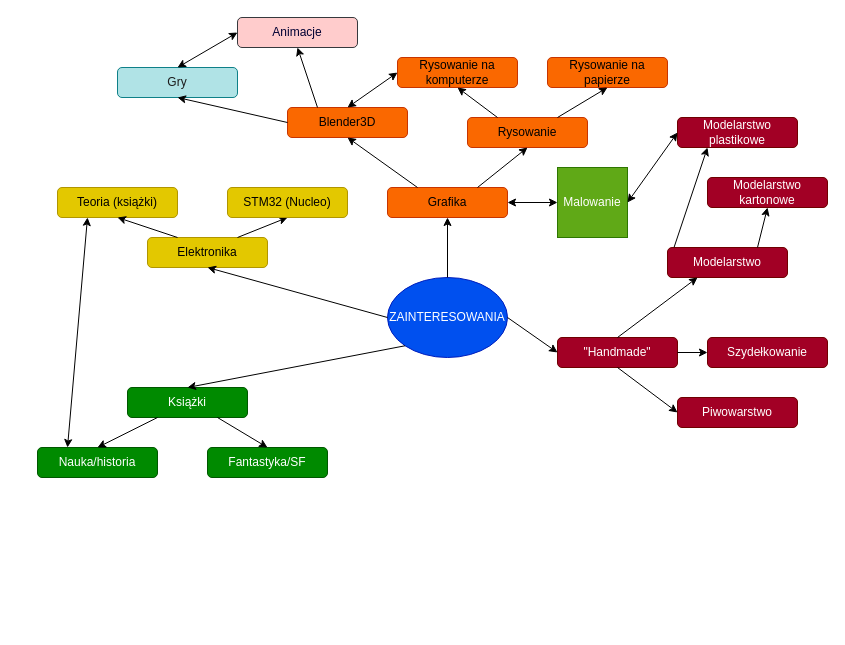
The draw.io diagram Diagram bez tytułu.drawio in Dexmo-7/myWarmingUp, before the edit. Source tidied: cells renumbered, new cells numbered last; positions are measured from the earlier drawing's top-left corner, leaving out a move shared by most shapes. Both pictures are drawn from the tidied source at 100%, with x=0, y=0 at pixel (37, 17).
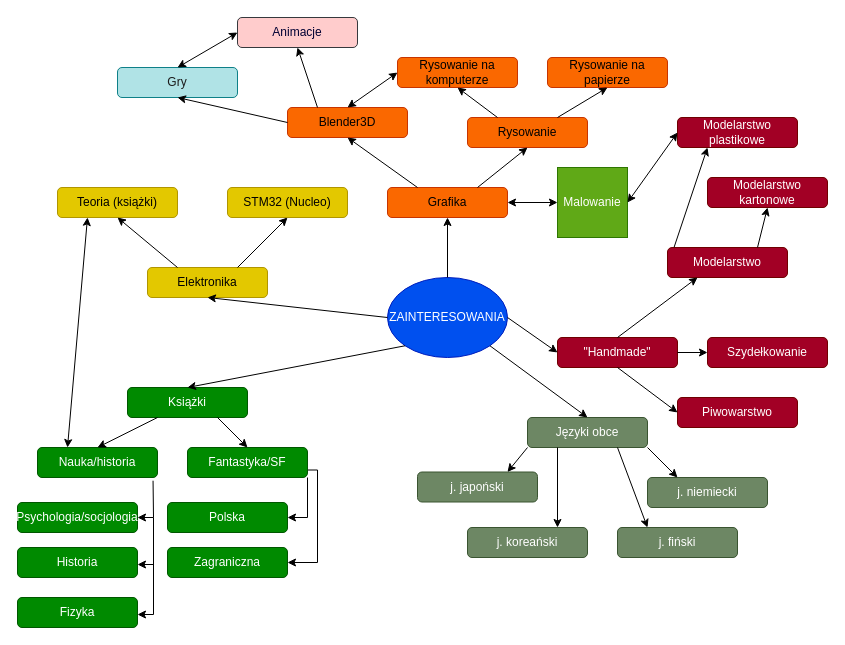
After the change.

The change refers to these unchanged cells:
```xml
<mxCell id="6" value="ZAINTERESOWANIA" style="ellipse;whiteSpace=wrap;html=1;fillColor=#0050ef;strokeColor=#001DBC;fontColor=#ffffff;" parent="1" vertex="1">
  <mxGeometry x="350" y="260" width="120" height="80" as="geometry" />
</mxCell>
<mxCell id="20" value="Nauka/historia" style="rounded=1;whiteSpace=wrap;html=1;fillColor=#008a00;fontColor=#ffffff;strokeColor=#005700;" parent="1" vertex="1">
  <mxGeometry y="430" width="120" height="30" as="geometry" />
</mxCell>
```

Diff of the diagram source:
```diff
@@
     <mxCell id="2" value="Elektronika" style="rounded=1;whiteSpace=wrap;html=1;fillColor=#e3c800;fontColor=#000000;strokeColor=#B09500;" parent="1" vertex="1">
-      <mxGeometry x="110" y="220" width="120" height="30" as="geometry" />
+      <mxGeometry x="110" y="250" width="120" height="30" as="geometry" />
     </mxCell>
@@
+    <mxCell id="47" style="edgeStyle=orthogonalEdgeStyle;rounded=0;jettySize=auto;html=1;entryX=1;entryY=0.5;entryDx=0;entryDy=0;exitX=1;exitY=1;exitDx=0;exitDy=0;" parent="1" edge="1" source="19" target="59">
+      <mxGeometry relative="1" as="geometry" />
+    </mxCell>
+    <mxCell id="48" style="edgeStyle=orthogonalEdgeStyle;rounded=0;jettySize=auto;html=1;entryX=1;entryY=0.5;entryDx=0;entryDy=0;exitX=1;exitY=0.75;exitDx=0;exitDy=0;" parent="1" edge="1" source="19" target="60">
+      <mxGeometry relative="1" as="geometry">
+        <Array as="points">
+          <mxPoint x="280" y="453" />
+          <mxPoint x="280" y="545" />
+        </Array>
+      </mxGeometry>
+    </mxCell>
     <mxCell id="19" value="Fantastyka/SF" style="rounded=1;whiteSpace=wrap;html=1;fillColor=#008a00;fontColor=#ffffff;strokeColor=#005700;" parent="1" vertex="1">
-      <mxGeometry x="170" y="430" width="120" height="30" as="geometry" />
+      <mxGeometry x="150" y="430" width="120" height="30" as="geometry" />
     </mxCell>
@@
+    <mxCell id="49" value="Języki obce" style="rounded=1;whiteSpace=wrap;html=1;fillColor=#6d8764;fontColor=#ffffff;strokeColor=#3A5431;" parent="1" vertex="1">
+      <mxGeometry x="490" y="400" width="120" height="30" as="geometry" />
+    </mxCell>
+    <mxCell id="50" style="endArrow=classic;html=1;rounded=0;entryX=0.5;entryY=0;entryDx=0;entryDy=0;exitX=1;exitY=1;exitDx=0;exitDy=0;" parent="1" edge="1" source="6" target="49">
+      <mxGeometry relative="1" as="geometry" />
+    </mxCell>
+    <mxCell id="51" value="j. japoński" style="rounded=1;whiteSpace=wrap;html=1;fillColor=#6d8764;fontColor=#ffffff;strokeColor=#3A5431;" parent="1" vertex="1">
+      <mxGeometry x="380" y="454.5" width="120" height="30" as="geometry" />
+    </mxCell>
+    <mxCell id="52" value="j. niemiecki" style="rounded=1;whiteSpace=wrap;html=1;fillColor=#6d8764;fontColor=#ffffff;strokeColor=#3A5431;" parent="1" vertex="1">
+      <mxGeometry x="610" y="460" width="120" height="30" as="geometry" />
+    </mxCell>
+    <mxCell id="53" value="j. koreański" style="rounded=1;whiteSpace=wrap;html=1;fillColor=#6d8764;fontColor=#ffffff;strokeColor=#3A5431;" parent="1" vertex="1">
+      <mxGeometry x="430" y="510" width="120" height="30" as="geometry" />
+    </mxCell>
+    <mxCell id="54" value="j. fiński" style="rounded=1;whiteSpace=wrap;html=1;fillColor=#6d8764;fontColor=#ffffff;strokeColor=#3A5431;" parent="1" vertex="1">
+      <mxGeometry x="580" y="510" width="120" height="30" as="geometry" />
+    </mxCell>
+    <mxCell id="55" style="endArrow=classic;html=1;rounded=0;entryX=0.75;entryY=0;entryDx=0;entryDy=0;exitX=0;exitY=1;exitDx=0;exitDy=0;" parent="1" edge="1" source="49" target="51">
+      <mxGeometry relative="1" as="geometry" />
+    </mxCell>
+    <mxCell id="56" style="endArrow=classic;html=1;rounded=0;entryX=0.75;entryY=0;entryDx=0;entryDy=0;exitX=0.25;exitY=1;exitDx=0;exitDy=0;" parent="1" edge="1" source="49" target="53">
+      <mxGeometry relative="1" as="geometry" />
+    </mxCell>
+    <mxCell id="57" style="endArrow=classic;html=1;rounded=0;entryX=0.25;entryY=0;entryDx=0;entryDy=0;exitX=0.75;exitY=1;exitDx=0;exitDy=0;" parent="1" edge="1" source="49" target="54">
+      <mxGeometry relative="1" as="geometry" />
+    </mxCell>
+    <mxCell id="58" style="endArrow=classic;html=1;rounded=0;entryX=0.25;entryY=0;entryDx=0;entryDy=0;exitX=1;exitY=1;exitDx=0;exitDy=0;" parent="1" edge="1" source="49" target="52">
+      <mxGeometry relative="1" as="geometry" />
+    </mxCell>
+    <mxCell id="59" value="Polska" style="rounded=1;whiteSpace=wrap;html=1;fillColor=#008a00;fontColor=#ffffff;strokeColor=#005700;" parent="1" vertex="1">
+      <mxGeometry x="130" y="485" width="120" height="30" as="geometry" />
+    </mxCell>
+    <mxCell id="60" value="Zagraniczna" style="rounded=1;whiteSpace=wrap;html=1;fillColor=#008a00;fontColor=#ffffff;strokeColor=#005700;" parent="1" vertex="1">
+      <mxGeometry x="130" y="530" width="120" height="30" as="geometry" />
+    </mxCell>
+    <mxCell id="61" value="Psychologia/socjologia" style="rounded=1;whiteSpace=wrap;html=1;fillColor=#008a00;fontColor=#ffffff;strokeColor=#005700;" parent="1" vertex="1">
+      <mxGeometry x="-20" y="485" width="120" height="30" as="geometry" />
+    </mxCell>
+    <mxCell id="62" value="Fizyka" style="rounded=1;whiteSpace=wrap;html=1;fillColor=#008a00;fontColor=#ffffff;strokeColor=#005700;" parent="1" vertex="1">
+      <mxGeometry x="-20" y="580" width="120" height="30" as="geometry" />
+    </mxCell>
+    <mxCell id="63" style="endArrow=classic;html=1;rounded=0;exitX=0.963;exitY=1.107;exitDx=0;exitDy=0;entryX=1;entryY=0.5;entryDx=0;entryDy=0;exitPerimeter=0;" parent="1" edge="1" source="20" target="61">
+      <mxGeometry relative="1" as="geometry">
+        <Array as="points">
+          <mxPoint x="116" y="500" />
+        </Array>
+      </mxGeometry>
+    </mxCell>
+    <mxCell id="64" style="endArrow=classic;html=1;rounded=0;" parent="1" edge="1">
+      <mxGeometry relative="1" as="geometry">
+        <mxPoint x="116" y="500" as="sourcePoint" />
+        <mxPoint x="100" y="547" as="targetPoint" />
+        <Array as="points">
+          <mxPoint x="116" y="547" />
+        </Array>
+      </mxGeometry>
+    </mxCell>
+    <mxCell id="65" style="endArrow=classic;html=1;rounded=0;" parent="1" edge="1">
+      <mxGeometry relative="1" as="geometry">
+        <mxPoint x="116" y="540" as="sourcePoint" />
+        <mxPoint x="100" y="597" as="targetPoint" />
+        <Array as="points">
+          <mxPoint x="116" y="597" />
+        </Array>
+      </mxGeometry>
+    </mxCell>
+    <mxCell id="66" value="Historia" style="rounded=1;whiteSpace=wrap;html=1;fillColor=#008a00;fontColor=#ffffff;strokeColor=#005700;" parent="1" vertex="1">
+      <mxGeometry x="-20" y="530" width="120" height="30" as="geometry" />
+    </mxCell>
```
